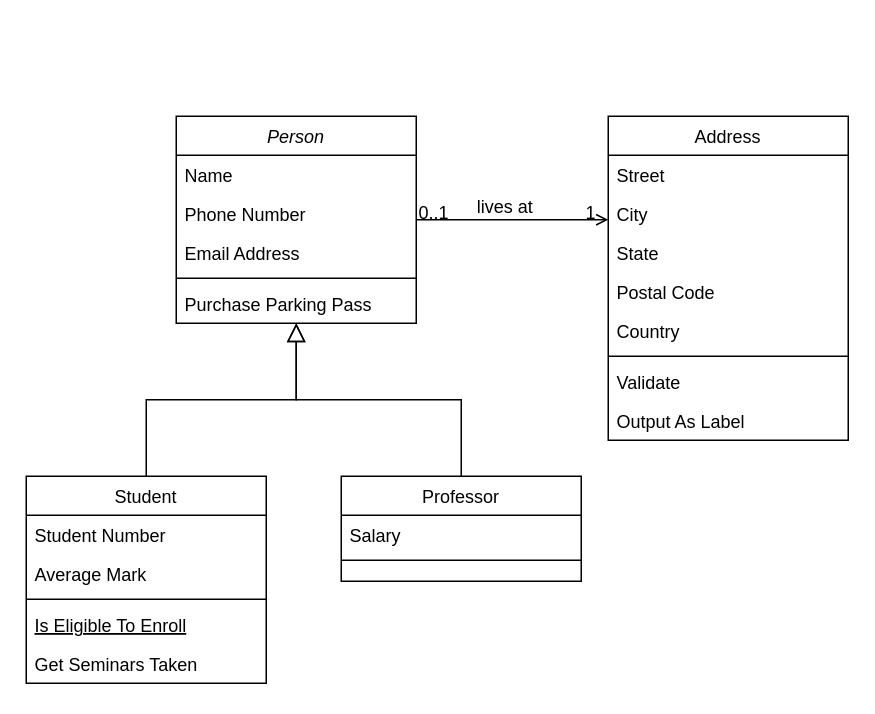
The draw.io diagram drawio_files/6.drawio in frostaag/diagrams-v3, before the edit. Source tidied: cells renumbered, new cells numbered last; positions are measured from the earlier drawing's top-left corner, leaving out a move shared by most shapes. Both pictures are drawn from the tidied source at 150%, with x=0, y=0 at pixel (26, 116).
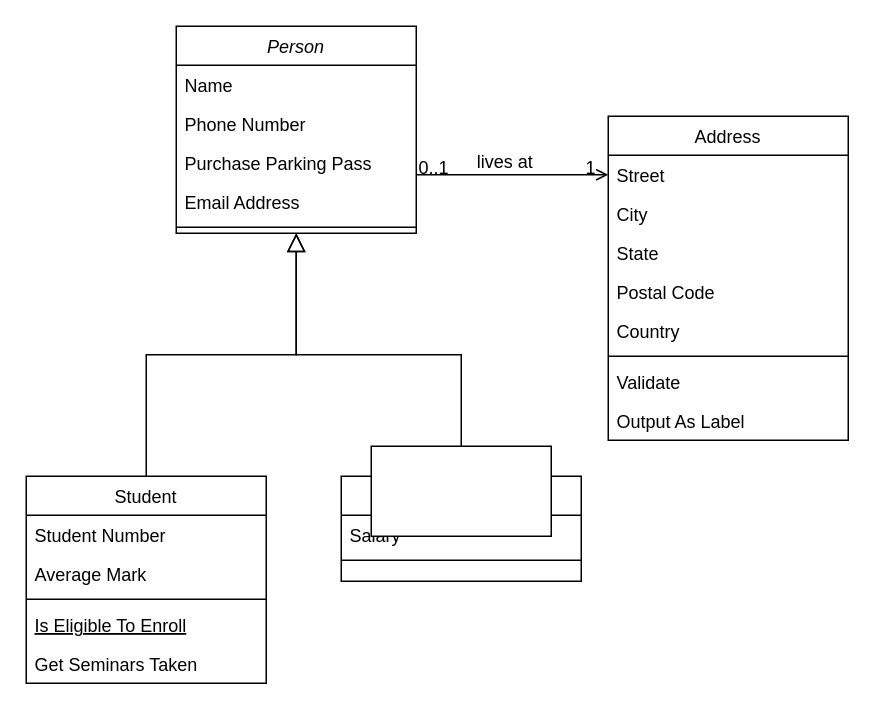
Above is the later version.

What changed in the source:
```diff
@@
     <mxCell id="2" value="Person" style="swimlane;fontStyle=2;align=center;verticalAlign=top;horizontal=1;startSize=26;rounded=0;shadow=0;strokeWidth=1;" parent="1" vertex="1">
-      <mxGeometry x="100" width="160" height="138" as="geometry" />
+      <mxGeometry x="100" y="-60" width="160" height="138" as="geometry" />
     </mxCell>
@@
+    <mxCell id="7" value="Purchase Parking Pass" style="text;align=left;verticalAlign=top;spacingLeft=4;spacingRight=4;overflow=hidden;" parent="2" vertex="1">
+      <mxGeometry y="78" width="160" height="26" as="geometry" />
+    </mxCell>
     <mxCell id="5" value="Email Address" style="text;align=left;verticalAlign=top;spacingLeft=4;spacingRight=4;overflow=hidden;rounded=0;shadow=0;html=0;" parent="2" vertex="1">
-      <mxGeometry y="78" width="160" height="26" as="geometry" />
+      <mxGeometry y="104" width="160" height="26" as="geometry" />
     </mxCell>
     <mxCell id="6" style="line;html=1;strokeWidth=1;align=left;verticalAlign=middle;spacingTop=-1;spacingLeft=3;spacingRight=3;labelPosition=right;" parent="2" vertex="1">
-      <mxGeometry y="104" width="160" height="8" as="geometry" />
+      <mxGeometry y="130" width="160" height="8" as="geometry" />
     </mxCell>
-    <mxCell id="7" value="Purchase Parking Pass" style="text;align=left;verticalAlign=top;spacingLeft=4;spacingRight=4;overflow=hidden;" parent="2" vertex="1">
-      <mxGeometry y="112" width="160" height="26" as="geometry" />
-    </mxCell>
@@
+    <mxCell id="32" style="whiteSpace=wrap;html=1;" parent="1" vertex="1">
+      <mxGeometry x="230" y="220" width="120" height="60" as="geometry" />
+    </mxCell>
```
